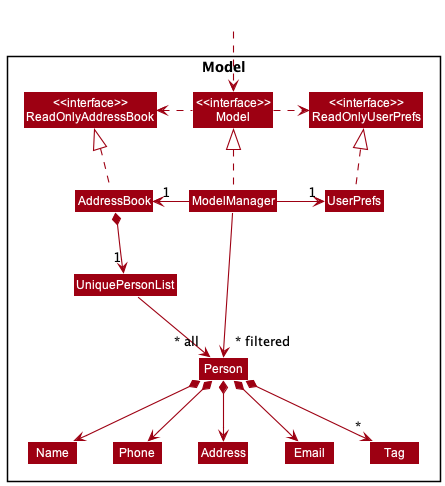
This is docs/images/ModelClassDiagram.png from nus-cs2103-AY2223S1/tp, a PlantUML export, as it was before one commit.
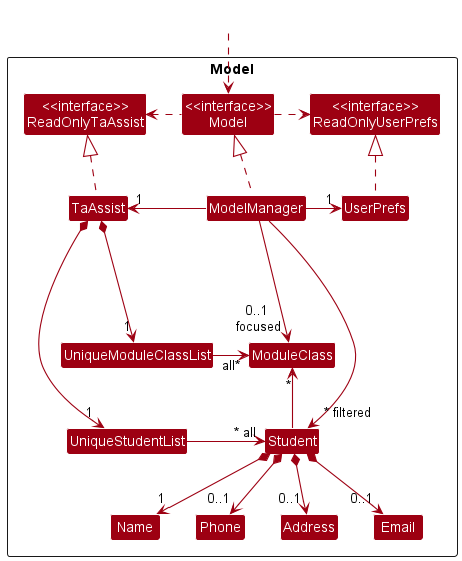
The same file after the commit.

Commit message:
Update DG with updated Model diagram

What changed in the source:
```diff
@@ -5,46 +5,50 @@
 skinparam classBackgroundColor MODEL_COLOR
 
 Package Model <<Rectangle>>{
-Class "<<interface>>\nReadOnlyAddressBook" as ReadOnlyAddressBook
+Class "<<interface>>\nReadOnlyTaAssist" as ReadOnlyTaAssist
 Class "<<interface>>\nReadOnlyUserPrefs" as ReadOnlyUserPrefs
 Class "<<interface>>\nModel" as Model
-Class AddressBook
+Class TaAssist
 Class ModelManager
 Class UserPrefs
 
-Class UniquePersonList
-Class Person
+Class UniqueStudentList
+Class UniqueModuleClassList
+Class Student
 Class Address
 Class Email
 Class Name
 Class Phone
-Class Tag
-
+Class ModuleClass
 }
 
 Class HiddenOutside #FFFFFF
 HiddenOutside ..> Model
 
-AddressBook .up.|> ReadOnlyAddressBook
+TaAssist .up.|> ReadOnlyTaAssist
 
 ModelManager .up.|> Model
 Model .right.> ReadOnlyUserPrefs
-Model .left.> ReadOnlyAddressBook
-ModelManager -left-> "1" AddressBook
+Model .left.> ReadOnlyTaAssist
+ModelManager -left-> "1" TaAssist
 ModelManager -right-> "1" UserPrefs
+ModelManager ---> "0..1 \nfocused" ModuleClass
 UserPrefs .up.|> ReadOnlyUserPrefs
 
-AddressBook *--> "1" UniquePersonList
-UniquePersonList --> "~* all" Person
-Person *--> Name
-Person *--> Phone
-Person *--> Email
-Person *--> Address
-Person *--> "*" Tag
+TaAssist *---> "1" UniqueStudentList
+TaAssist *--> "1" UniqueModuleClassList
+
+UniqueStudentList -right-> "~* all" Student
+UniqueModuleClassList -left-> "all*" ModuleClass
+Student *--> "1" Name
+Student *--> "0..1" Phone
+Student *--> "0..1" Email
+Student *--> "0..1" Address
+Student -up-> "~*" ModuleClass
 
 Name -[hidden]right-> Phone
 Phone -[hidden]right-> Address
 Address -[hidden]right-> Email
 
-ModelManager -->"~* filtered" Person
+ModelManager -left->"~* filtered" Student
 @enduml
```
